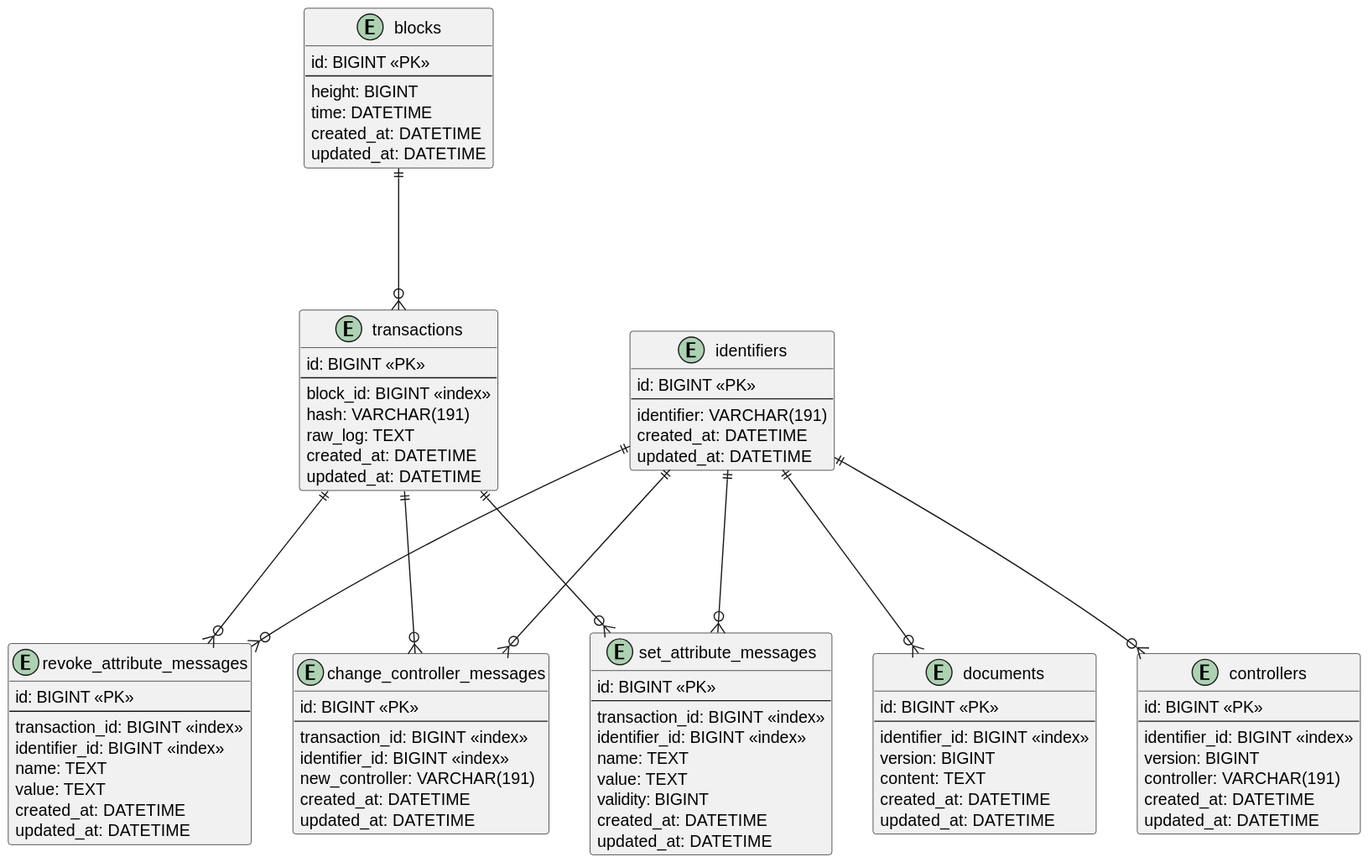
Above: docs/database.svg in EG-easy/grano-did-exporter (PlantUML), before the change.
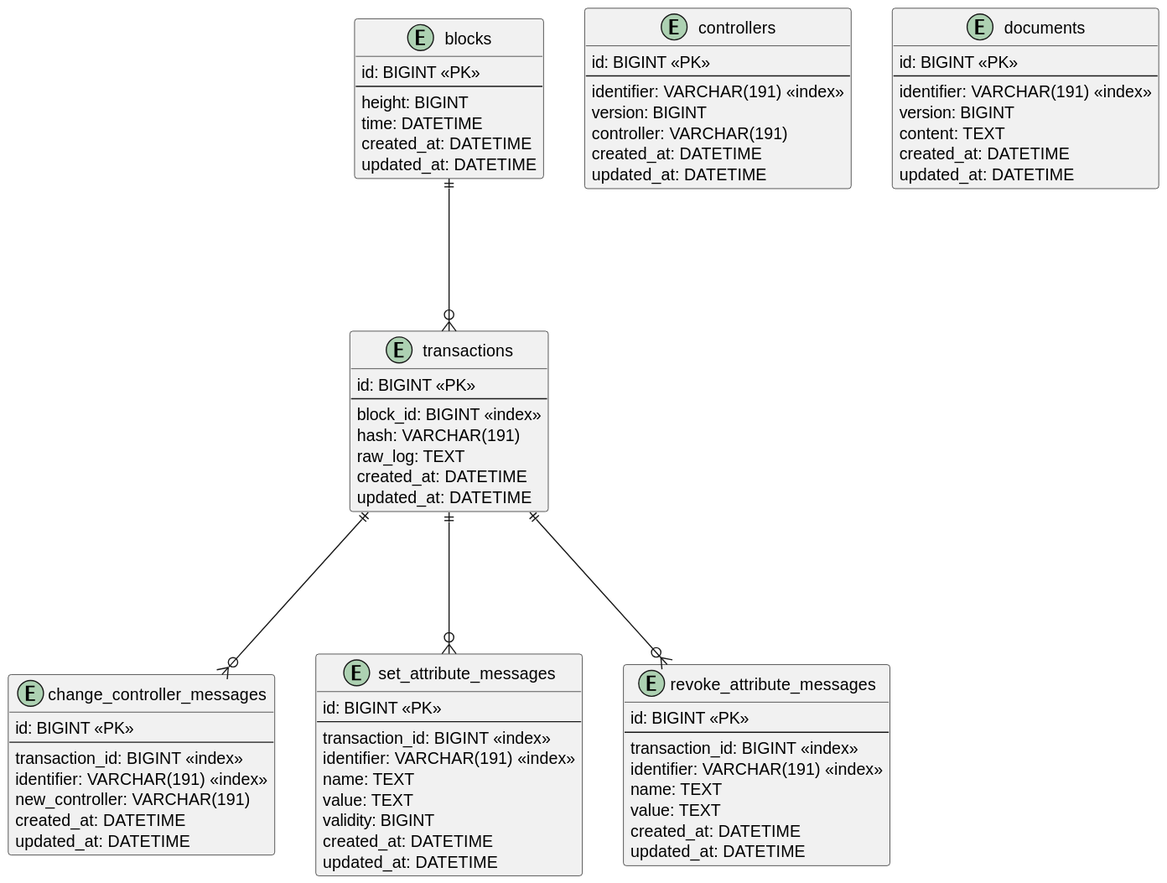
After the change.

Change to the diagram source:
```diff
@@ -19,19 +19,11 @@
   updated_at: DATETIME
 }
 
-entity identifiers {
-  id: BIGINT <<PK>>
-  --
-  identifier: VARCHAR(191)
-  created_at: DATETIME
-  updated_at: DATETIME
-}
-
 entity change_controller_messages {
   id: BIGINT <<PK>>
   --
   transaction_id: BIGINT <<index>>
-  identifier_id: BIGINT <<index>>
+  identifier: VARCHAR(191) <<index>>
   new_controller: VARCHAR(191)
   created_at: DATETIME
   updated_at: DATETIME
@@ -41,7 +33,7 @@
   id: BIGINT <<PK>>
   --
   transaction_id: BIGINT <<index>>
-  identifier_id: BIGINT <<index>>
+  identifier: VARCHAR(191) <<index>>
   name: TEXT
   value: TEXT
   validity: BIGINT
@@ -53,7 +45,7 @@
   id: BIGINT <<PK>>
   --
   transaction_id: BIGINT <<index>>
-  identifier_id: BIGINT <<index>>
+  identifier: VARCHAR(191) <<index>>
   name: TEXT
   value: TEXT
   created_at: DATETIME
@@ -63,7 +55,7 @@
 entity controllers {
   id: BIGINT <<PK>>
   --
-  identifier_id: BIGINT <<index>>
+  identifier: VARCHAR(191) <<index>>
   version: BIGINT
   controller: VARCHAR(191)
   created_at: DATETIME
@@ -73,7 +65,7 @@
 entity documents {
   id: BIGINT <<PK>>
   --
-  identifier_id: BIGINT <<index>>
+  identifier: VARCHAR(191) <<index>>
   version: BIGINT
   content: TEXT
   created_at: DATETIME
@@ -85,11 +77,4 @@
 transactions ||---o{ set_attribute_messages
 transactions ||---o{ revoke_attribute_messages
 
-identifiers ||---o{ change_controller_messages
-identifiers ||---o{ set_attribute_messages
-identifiers ||---o{ revoke_attribute_messages
-
-identifiers ||---o{ controllers
-identifiers ||---o{ documents
-
 @enduml
```
